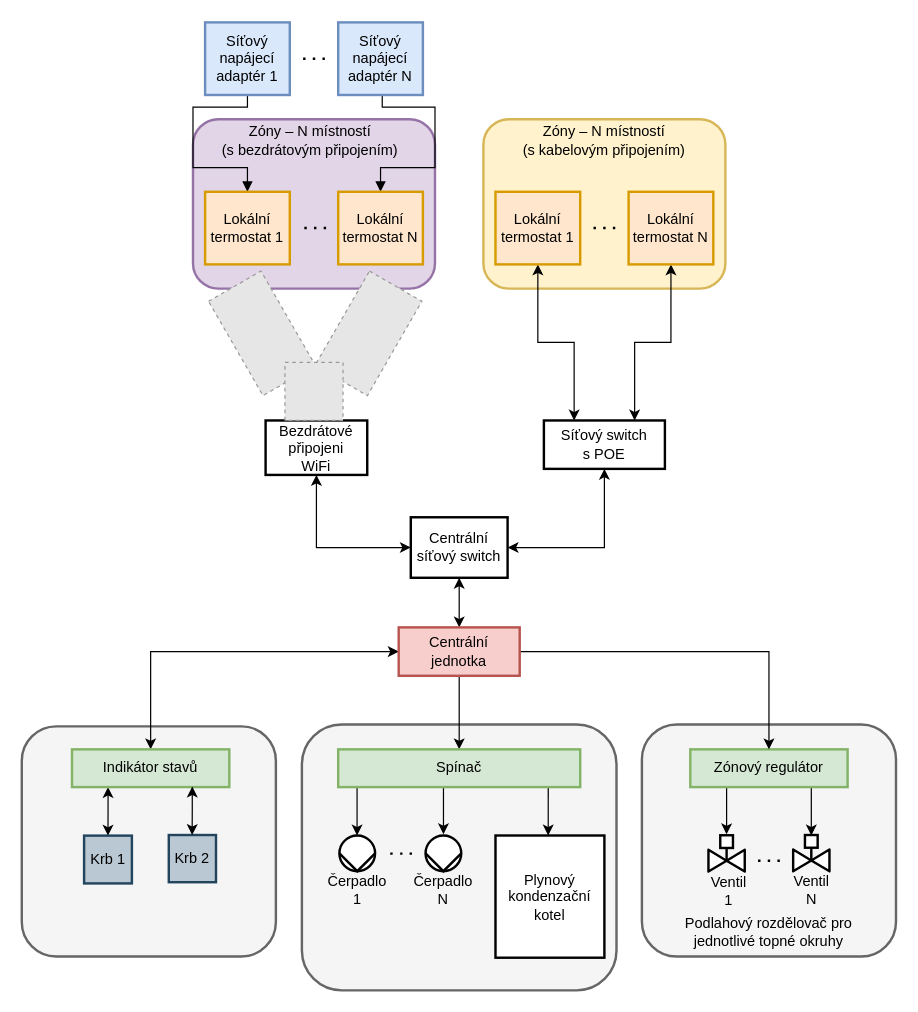
The draw.io diagram images/svg/drawio/navrh-hardwarove-casti.drawio in RomLab/diploma-thesis, before the edit. Source tidied: cells renumbered, new cells numbered last; positions are measured from the earlier drawing's top-left corner, leaving out a move shared by most shapes. Both pictures are drawn from the tidied source at 121%, with x=0, y=0 at pixel (21, 22). Pictures stored in the file or linked from it are replaced by grey dashed boxes.
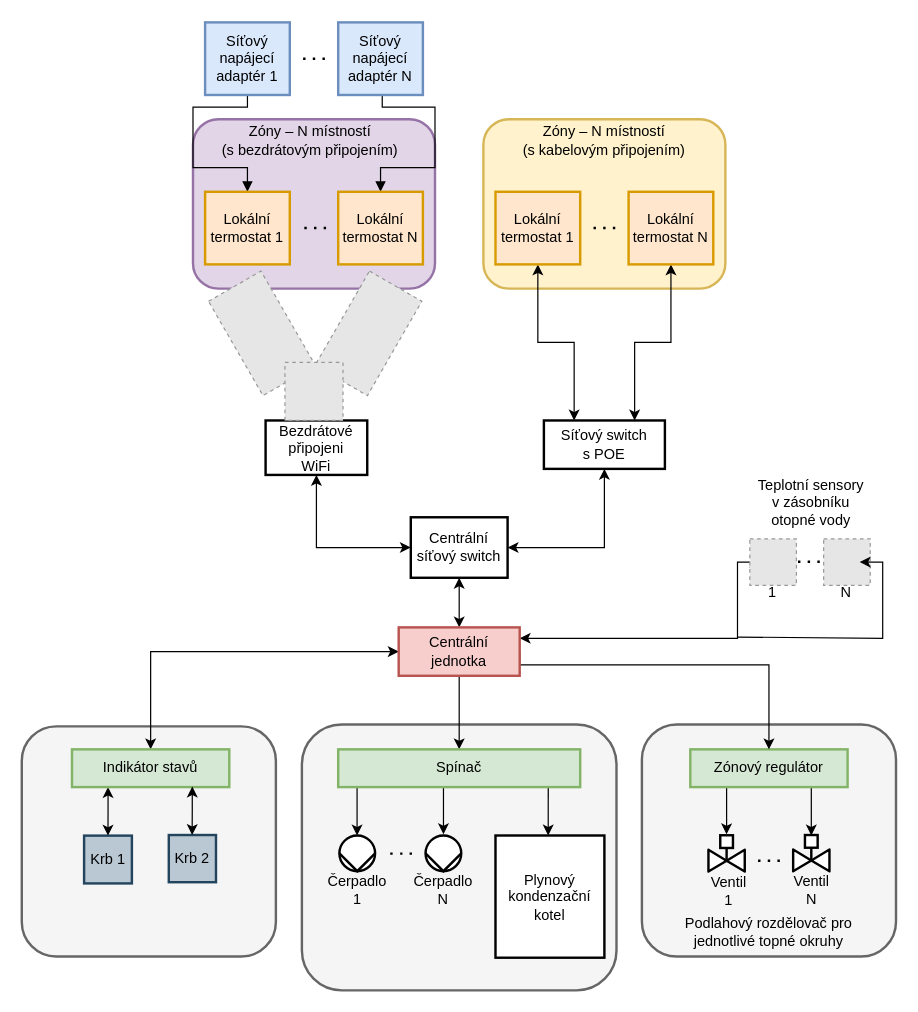
The same page after the edit.

The change refers to these unchanged cells:
```xml
<mxCell id="8" value="Zónový regulátor" style="rounded=0;whiteSpace=wrap;html=1;strokeWidth=2;fillColor=#d5e8d4;strokeColor=#82b366;" parent="1" vertex="1">
  <mxGeometry x="553" y="600.8" width="130" height="31.2" as="geometry" />
</mxCell>
<mxCell id="14" value="Centrální&lt;br&gt;jednotka" style="whiteSpace=wrap;html=1;fillColor=#f8cecc;strokeWidth=2;strokeColor=#b85450;" parent="1" vertex="1">
  <mxGeometry x="312" y="500" width="100" height="40" as="geometry" />
</mxCell>
```

The edit, as a diff of the source:
```diff
@@
     <mxCell id="12" style="edgeStyle=orthogonalEdgeStyle;rounded=0;jettySize=auto;html=1;exitX=1;exitY=0.5;exitDx=0;exitDy=0;startArrow=none;startFill=0;endArrow=classic;endFill=1;" parent="1" edge="1" source="14" target="8">
-      <mxGeometry relative="1" as="geometry" />
+      <mxGeometry relative="1" as="geometry">
+        <Array as="points">
+          <mxPoint x="412" y="531" />
+          <mxPoint x="618" y="531" />
+        </Array>
+      </mxGeometry>
     </mxCell>
@@
+    <mxCell id="65" style="edgeStyle=orthogonalEdgeStyle;rounded=0;orthogonalLoop=1;jettySize=auto;html=1;exitX=1;exitY=0.25;exitDx=0;exitDy=0;entryX=0.14;entryY=0.509;entryDx=0;entryDy=0;entryPerimeter=0;endArrow=classic;endFill=1;startArrow=classic;startFill=1;" parent="1" edge="1">
+      <mxGeometry relative="1" as="geometry">
+        <mxPoint x="412" y="509" as="sourcePoint" />
+        <mxPoint x="611" y="446" as="targetPoint" />
+        <Array as="points">
+          <mxPoint x="592" y="509" />
+          <mxPoint x="592" y="446" />
+        </Array>
+      </mxGeometry>
+    </mxCell>
@@
+    <mxCell id="66" style="group;" parent="1" vertex="1">
+      <mxGeometry x="607" y="431" width="38.5" height="40" as="geometry" />
+    </mxCell>
+    <mxCell id="67" style="rounded=0;whiteSpace=wrap;html=1;fillColor=none;" parent="66" vertex="1">
+      <mxGeometry x="4.5" width="20" height="30" as="geometry" />
+    </mxCell>
+    <mxCell id="68" style="fillColor=#E6E6E6;strokeColor=#999999;dashed=1;html=1;verticalAlign=top;verticalLabelPosition=bottom;labelBackgroundColor=#ffffff;" parent="66" vertex="1">
+      <mxGeometry x="-4.8" y="-4.2" width="38.5" height="38.5" as="geometry" />
+    </mxCell>
+    <mxCell id="69" style="group;" parent="1" vertex="1">
+      <mxGeometry x="668" y="431" width="38.5" height="40" as="geometry" />
+    </mxCell>
+    <mxCell id="70" style="rounded=0;whiteSpace=wrap;html=1;fillColor=none;" parent="69" vertex="1">
+      <mxGeometry x="4.5" width="20" height="30" as="geometry" />
+    </mxCell>
+    <mxCell id="71" style="fillColor=#E6E6E6;strokeColor=#999999;dashed=1;html=1;verticalAlign=top;verticalLabelPosition=bottom;labelBackgroundColor=#ffffff;" parent="69" vertex="1">
+      <mxGeometry x="-4.8" y="-4.2" width="38.5" height="38.5" as="geometry" />
+    </mxCell>
+    <mxCell id="72" style="endArrow=none;dashed=1;html=1;dashPattern=1 3;strokeWidth=2;" parent="1" edge="1">
+      <mxGeometry x="605" y="434.8" as="geometry">
+        <mxPoint x="660" y="445.8" as="sourcePoint" />
+        <mxPoint x="640" y="445.8" as="targetPoint" />
+      </mxGeometry>
+    </mxCell>
+    <mxCell id="73" value="1" style="text;html=1;strokeColor=none;fillColor=none;align=center;verticalAlign=middle;whiteSpace=wrap;rounded=0;" parent="1" vertex="1">
+      <mxGeometry x="601.2" y="461" width="40" height="20" as="geometry" />
+    </mxCell>
+    <mxCell id="74" value="N" style="text;html=1;strokeColor=none;fillColor=none;align=center;verticalAlign=middle;whiteSpace=wrap;rounded=0;" parent="1" vertex="1">
+      <mxGeometry x="662.2" y="461" width="40" height="20" as="geometry" />
+    </mxCell>
+    <mxCell id="75" value="Teplotní sensory&lt;br&gt;v zásobníku otopné vody" style="text;html=1;strokeColor=none;fillColor=none;align=center;verticalAlign=middle;whiteSpace=wrap;rounded=0;" parent="1" vertex="1">
+      <mxGeometry x="603" y="363" width="100" height="68" as="geometry" />
+    </mxCell>
+    <mxCell id="76" style="edgeStyle=orthogonalEdgeStyle;rounded=0;orthogonalLoop=1;jettySize=auto;html=1;endArrow=none;endFill=0;exitX=0.877;exitY=0.509;exitDx=0;exitDy=0;exitPerimeter=0;startArrow=classic;startFill=1;" parent="1" edge="1">
+      <mxGeometry relative="1" as="geometry">
+        <mxPoint x="693" y="446" as="sourcePoint" />
+        <mxPoint x="592" y="508" as="targetPoint" />
+        <Array as="points">
+          <mxPoint x="712" y="446" />
+          <mxPoint x="712" y="509" />
+          <mxPoint x="592" y="509" />
+        </Array>
+      </mxGeometry>
+    </mxCell>
```
